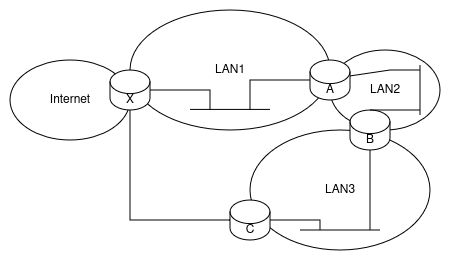
The draw.io diagram 2nd Year/Reti di Calcolatori/Dispensa/Images/routing_ex1.png in BruttiF27/UniVR_Notes, before a commit. Source tidied: cells renumbered, new cells last; positions are measured from the earlier drawing's top-left corner, leaving out a move shared by most shapes. Its diagram source:
```xml
<mxGraphModel>
  <root>
    <mxCell id="0" />
    <mxCell id="1" parent="0" />
    <mxCell id="2" value="LAN3" style="ellipse;whiteSpace=wrap;html=1;" parent="1" vertex="1">
      <mxGeometry x="240" y="120" width="180" height="120" as="geometry" />
    </mxCell>
    <mxCell id="3" value="LAN2" style="ellipse;whiteSpace=wrap;html=1;" parent="1" vertex="1">
      <mxGeometry x="320" y="40" width="110" height="80" as="geometry" />
    </mxCell>
    <mxCell id="4" value="LAN1" style="ellipse;whiteSpace=wrap;html=1;" parent="1" vertex="1">
      <mxGeometry x="120" width="200" height="120" as="geometry" />
    </mxCell>
    <mxCell id="5" value="Internet" style="ellipse;whiteSpace=wrap;html=1;" parent="1" vertex="1">
      <mxGeometry y="50" width="120" height="80" as="geometry" />
    </mxCell>
    <mxCell id="6" value="X" style="shape=cylinder3;whiteSpace=wrap;html=1;boundedLbl=1;backgroundOutline=1;size=11.86669921875;" parent="1" vertex="1">
      <mxGeometry x="100" y="60" width="40" height="40" as="geometry" />
    </mxCell>
    <mxCell id="7" value="A" style="shape=cylinder3;whiteSpace=wrap;html=1;boundedLbl=1;backgroundOutline=1;size=11.86669921875;" parent="1" vertex="1">
      <mxGeometry x="300" y="50" width="40" height="40" as="geometry" />
    </mxCell>
    <mxCell id="8" value="B" style="shape=cylinder3;whiteSpace=wrap;html=1;boundedLbl=1;backgroundOutline=1;size=11.86669921875;" parent="1" vertex="1">
      <mxGeometry x="340" y="100" width="40" height="40" as="geometry" />
    </mxCell>
    <mxCell id="9" value="C" style="shape=cylinder3;whiteSpace=wrap;html=1;boundedLbl=1;backgroundOutline=1;size=11.86669921875;" parent="1" vertex="1">
      <mxGeometry x="220" y="190" width="40" height="40" as="geometry" />
    </mxCell>
    <mxCell id="10" style="edgeStyle=orthogonalEdgeStyle;rounded=0;jettySize=auto;html=1;exitX=0;exitY=0.5;exitDx=0;exitDy=0;exitPerimeter=0;entryX=0.5;entryY=1;entryDx=0;entryDy=0;entryPerimeter=0;endArrow=none;endFill=0;" parent="1" edge="1" source="9" target="6">
      <mxGeometry relative="1" as="geometry" />
    </mxCell>
    <mxCell id="11" style="endArrow=none;html=1;rounded=0;" parent="1" edge="1">
      <mxGeometry relative="1" as="geometry">
        <mxPoint x="180" y="99.4" as="sourcePoint" />
        <mxPoint x="260" y="99.4" as="targetPoint" />
      </mxGeometry>
    </mxCell>
    <mxCell id="12" style="endArrow=none;html=1;rounded=0;" parent="1" edge="1">
      <mxGeometry relative="1" as="geometry">
        <mxPoint x="290" y="220" as="sourcePoint" />
        <mxPoint x="370" y="220" as="targetPoint" />
      </mxGeometry>
    </mxCell>
    <mxCell id="13" style="endArrow=none;html=1;rounded=0;" parent="1" edge="1">
      <mxGeometry relative="1" as="geometry">
        <mxPoint x="410" y="105" as="sourcePoint" />
        <mxPoint x="410" y="55" as="targetPoint" />
      </mxGeometry>
    </mxCell>
    <mxCell id="14" style="endArrow=none;html=1;rounded=0;exitX=1;exitY=0.5;exitDx=0;exitDy=0;exitPerimeter=0;" parent="1" edge="1" source="6">
      <mxGeometry relative="1" as="geometry">
        <mxPoint x="200" y="100" as="targetPoint" />
        <Array as="points">
          <mxPoint x="200" y="80" />
        </Array>
      </mxGeometry>
    </mxCell>
    <mxCell id="15" style="endArrow=none;html=1;rounded=0;entryX=0;entryY=0.5;entryDx=0;entryDy=0;entryPerimeter=0;" parent="1" edge="1" target="7">
      <mxGeometry relative="1" as="geometry">
        <mxPoint x="240" y="100" as="sourcePoint" />
        <Array as="points">
          <mxPoint x="240" y="70" />
        </Array>
      </mxGeometry>
    </mxCell>
    <mxCell id="16" style="endArrow=none;html=1;rounded=0;exitX=1;exitY=0;exitDx=0;exitDy=15.933349609375;exitPerimeter=0;" parent="1" edge="1" source="7">
      <mxGeometry relative="1" as="geometry">
        <mxPoint x="410" y="60" as="targetPoint" />
        <Array as="points">
          <mxPoint x="380" y="60" />
        </Array>
      </mxGeometry>
    </mxCell>
    <mxCell id="17" style="endArrow=none;html=1;rounded=0;exitX=0.5;exitY=0;exitDx=0;exitDy=0;exitPerimeter=0;" parent="1" edge="1" source="8">
      <mxGeometry relative="1" as="geometry">
        <mxPoint x="410" y="100" as="targetPoint" />
      </mxGeometry>
    </mxCell>
    <mxCell id="18" style="endArrow=none;html=1;rounded=0;entryX=0.5;entryY=1;entryDx=0;entryDy=0;entryPerimeter=0;" parent="1" edge="1" target="8">
      <mxGeometry relative="1" as="geometry">
        <mxPoint x="360" y="220" as="sourcePoint" />
      </mxGeometry>
    </mxCell>
    <mxCell id="19" style="endArrow=none;html=1;rounded=0;exitX=1;exitY=0.5;exitDx=0;exitDy=0;exitPerimeter=0;" parent="1" edge="1" source="9">
      <mxGeometry relative="1" as="geometry">
        <mxPoint x="310" y="220" as="targetPoint" />
        <Array as="points">
          <mxPoint x="310" y="210" />
        </Array>
      </mxGeometry>
    </mxCell>
  </root>
</mxGraphModel>
```
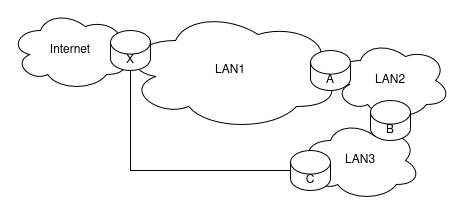
Above is the later version.

What changed in the source:
```diff
@@ -2,92 +2,32 @@
   <root>
     <mxCell id="0" />
     <mxCell id="1" parent="0" />
+    <mxCell id="4" value="LAN1" style="ellipse;shape=cloud;whiteSpace=wrap;html=1;" parent="1" vertex="1">
+      <mxGeometry x="90" y="70" width="220" height="120" as="geometry" />
+    </mxCell>
+    <mxCell id="3" value="LAN2" style="ellipse;shape=cloud;whiteSpace=wrap;html=1;" parent="1" vertex="1">
+      <mxGeometry x="300" y="100" width="120" height="80" as="geometry" />
+    </mxCell>
-    <mxCell id="2" value="LAN3" style="ellipse;whiteSpace=wrap;html=1;" parent="1" vertex="1">
-      <mxGeometry x="240" y="120" width="180" height="120" as="geometry" />
+    <mxCell id="2" value="LAN3" style="ellipse;shape=cloud;whiteSpace=wrap;html=1;" parent="1" vertex="1">
+      <mxGeometry x="270" y="180" width="120" height="80" as="geometry" />
     </mxCell>
-    <mxCell id="3" value="LAN2" style="ellipse;whiteSpace=wrap;html=1;" parent="1" vertex="1">
-      <mxGeometry x="320" y="40" width="110" height="80" as="geometry" />
-    </mxCell>
-    <mxCell id="4" value="LAN1" style="ellipse;whiteSpace=wrap;html=1;" parent="1" vertex="1">
-      <mxGeometry x="120" width="200" height="120" as="geometry" />
-    </mxCell>
+    <mxCell id="9" value="C" style="shape=cylinder3;whiteSpace=wrap;html=1;boundedLbl=1;backgroundOutline=1;size=11.86669921875;" parent="1" vertex="1">
+      <mxGeometry x="260" y="210" width="40" height="40" as="geometry" />
+    </mxCell>
-    <mxCell id="5" value="Internet" style="ellipse;whiteSpace=wrap;html=1;" parent="1" vertex="1">
-      <mxGeometry y="50" width="120" height="80" as="geometry" />
+    <mxCell id="5" value="Internet" style="ellipse;shape=cloud;whiteSpace=wrap;html=1;" parent="1" vertex="1">
+      <mxGeometry x="-20" y="70" width="120" height="80" as="geometry" />
     </mxCell>
     <mxCell id="6" value="X" style="shape=cylinder3;whiteSpace=wrap;html=1;boundedLbl=1;backgroundOutline=1;size=11.86669921875;" parent="1" vertex="1">
-      <mxGeometry x="100" y="60" width="40" height="40" as="geometry" />
+      <mxGeometry x="80" y="90" width="40" height="40" as="geometry" />
     </mxCell>
     <mxCell id="7" value="A" style="shape=cylinder3;whiteSpace=wrap;html=1;boundedLbl=1;backgroundOutline=1;size=11.86669921875;" parent="1" vertex="1">
-      <mxGeometry x="300" y="50" width="40" height="40" as="geometry" />
+      <mxGeometry x="280" y="110" width="40" height="40" as="geometry" />
     </mxCell>
     <mxCell id="8" value="B" style="shape=cylinder3;whiteSpace=wrap;html=1;boundedLbl=1;backgroundOutline=1;size=11.86669921875;" parent="1" vertex="1">
-      <mxGeometry x="340" y="100" width="40" height="40" as="geometry" />
+      <mxGeometry x="340" y="160" width="40" height="40" as="geometry" />
     </mxCell>
-    <mxCell id="9" value="C" style="shape=cylinder3;whiteSpace=wrap;html=1;boundedLbl=1;backgroundOutline=1;size=11.86669921875;" parent="1" vertex="1">
-      <mxGeometry x="220" y="190" width="40" height="40" as="geometry" />
-    </mxCell>
     <mxCell id="10" style="edgeStyle=orthogonalEdgeStyle;rounded=0;jettySize=auto;html=1;exitX=0;exitY=0.5;exitDx=0;exitDy=0;exitPerimeter=0;entryX=0.5;entryY=1;entryDx=0;entryDy=0;entryPerimeter=0;endArrow=none;endFill=0;" parent="1" edge="1" source="9" target="6">
       <mxGeometry relative="1" as="geometry" />
     </mxCell>
-    <mxCell id="11" style="endArrow=none;html=1;rounded=0;" parent="1" edge="1">
-      <mxGeometry relative="1" as="geometry">
-        <mxPoint x="180" y="99.4" as="sourcePoint" />
-        <mxPoint x="260" y="99.4" as="targetPoint" />
-      </mxGeometry>
-    </mxCell>
-    <mxCell id="12" style="endArrow=none;html=1;rounded=0;" parent="1" edge="1">
-      <mxGeometry relative="1" as="geometry">
-        <mxPoint x="290" y="220" as="sourcePoint" />
-        <mxPoint x="370" y="220" as="targetPoint" />
-      </mxGeometry>
-    </mxCell>
-    <mxCell id="13" style="endArrow=none;html=1;rounded=0;" parent="1" edge="1">
-      <mxGeometry relative="1" as="geometry">
-        <mxPoint x="410" y="105" as="sourcePoint" />
-        <mxPoint x="410" y="55" as="targetPoint" />
-      </mxGeometry>
-    </mxCell>
-    <mxCell id="14" style="endArrow=none;html=1;rounded=0;exitX=1;exitY=0.5;exitDx=0;exitDy=0;exitPerimeter=0;" parent="1" edge="1" source="6">
-      <mxGeometry relative="1" as="geometry">
-        <mxPoint x="200" y="100" as="targetPoint" />
-        <Array as="points">
-          <mxPoint x="200" y="80" />
-        </Array>
-      </mxGeometry>
-    </mxCell>
-    <mxCell id="15" style="endArrow=none;html=1;rounded=0;entryX=0;entryY=0.5;entryDx=0;entryDy=0;entryPerimeter=0;" parent="1" edge="1" target="7">
-      <mxGeometry relative="1" as="geometry">
-        <mxPoint x="240" y="100" as="sourcePoint" />
-        <Array as="points">
-          <mxPoint x="240" y="70" />
-        </Array>
-      </mxGeometry>
-    </mxCell>
-    <mxCell id="16" style="endArrow=none;html=1;rounded=0;exitX=1;exitY=0;exitDx=0;exitDy=15.933349609375;exitPerimeter=0;" parent="1" edge="1" source="7">
-      <mxGeometry relative="1" as="geometry">
-        <mxPoint x="410" y="60" as="targetPoint" />
-        <Array as="points">
-          <mxPoint x="380" y="60" />
-        </Array>
-      </mxGeometry>
-    </mxCell>
-    <mxCell id="17" style="endArrow=none;html=1;rounded=0;exitX=0.5;exitY=0;exitDx=0;exitDy=0;exitPerimeter=0;" parent="1" edge="1" source="8">
-      <mxGeometry relative="1" as="geometry">
-        <mxPoint x="410" y="100" as="targetPoint" />
-      </mxGeometry>
-    </mxCell>
-    <mxCell id="18" style="endArrow=none;html=1;rounded=0;entryX=0.5;entryY=1;entryDx=0;entryDy=0;entryPerimeter=0;" parent="1" edge="1" target="8">
-      <mxGeometry relative="1" as="geometry">
-        <mxPoint x="360" y="220" as="sourcePoint" />
-      </mxGeometry>
-    </mxCell>
-    <mxCell id="19" style="endArrow=none;html=1;rounded=0;exitX=1;exitY=0.5;exitDx=0;exitDy=0;exitPerimeter=0;" parent="1" edge="1" source="9">
-      <mxGeometry relative="1" as="geometry">
-        <mxPoint x="310" y="220" as="targetPoint" />
-        <Array as="points">
-          <mxPoint x="310" y="210" />
-        </Array>
-      </mxGeometry>
-    </mxCell>
   </root>
 </mxGraphModel>
```
